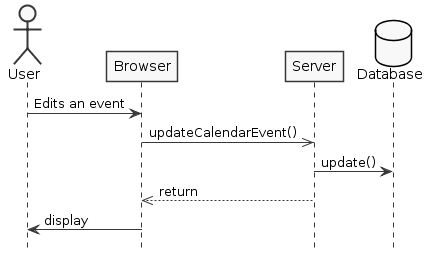
Fuel4us/EventManagingApp keeps this PlantUML diagram as docs/blue/1150372/sp2/analysis3.png. Above is the earlier version. Its diagram source:
```plantuml
@startuml
skinparam monochrome true
skinparam shadowing false
hide footbox

actor User
database Database order 100

User -> Browser : Edits an event
Browser ->> Server : updateCalendarEvent()
Server -> Database : update()

Server -->> Browser : return
Browser -> User : display
@enduml
```
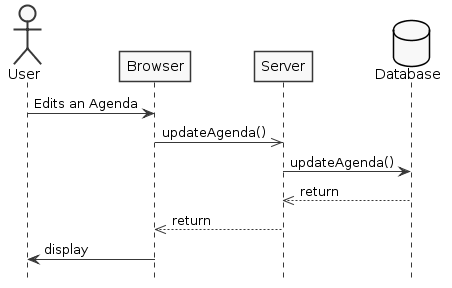
Later version of the same file.

Diff of the diagram source:
```diff
@@ -6,10 +6,11 @@
 actor User
 database Database order 100
 
-User -> Browser : Edits an event
-Browser ->> Server : updateCalendarEvent()
-Server -> Database : update()
+User -> Browser : Edits an Agenda
+Browser ->> Server : updateAgenda()
+Server -> Database : updateAgenda()
 
+Database -->> Server : return
 Server -->> Browser : return
 Browser -> User : display
 @enduml
```
